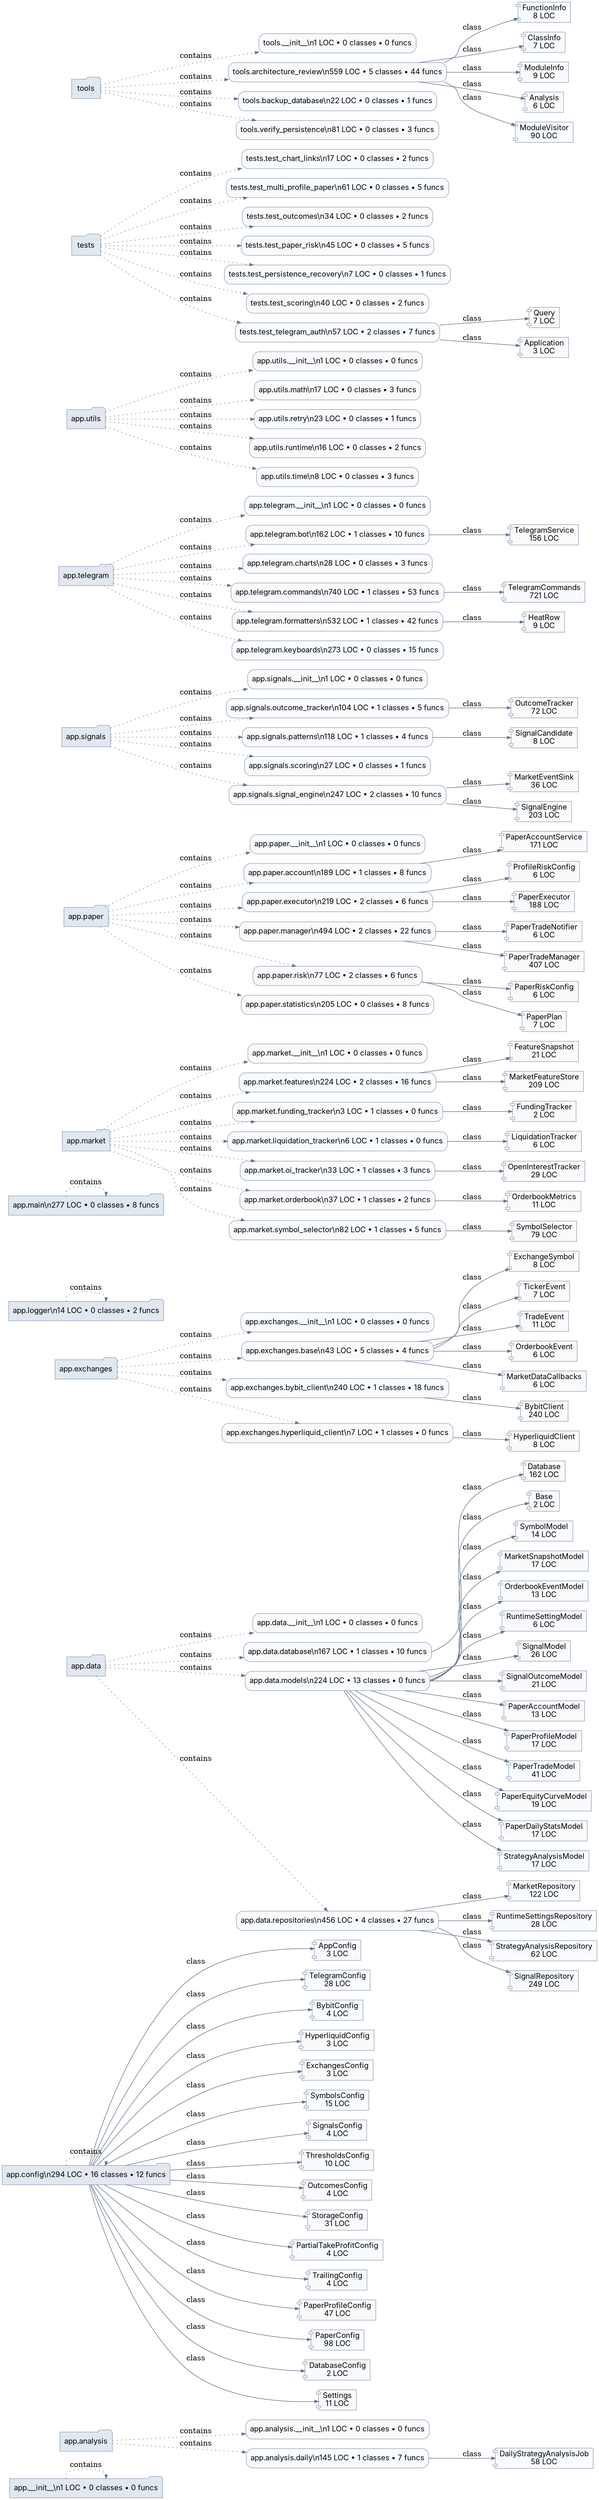
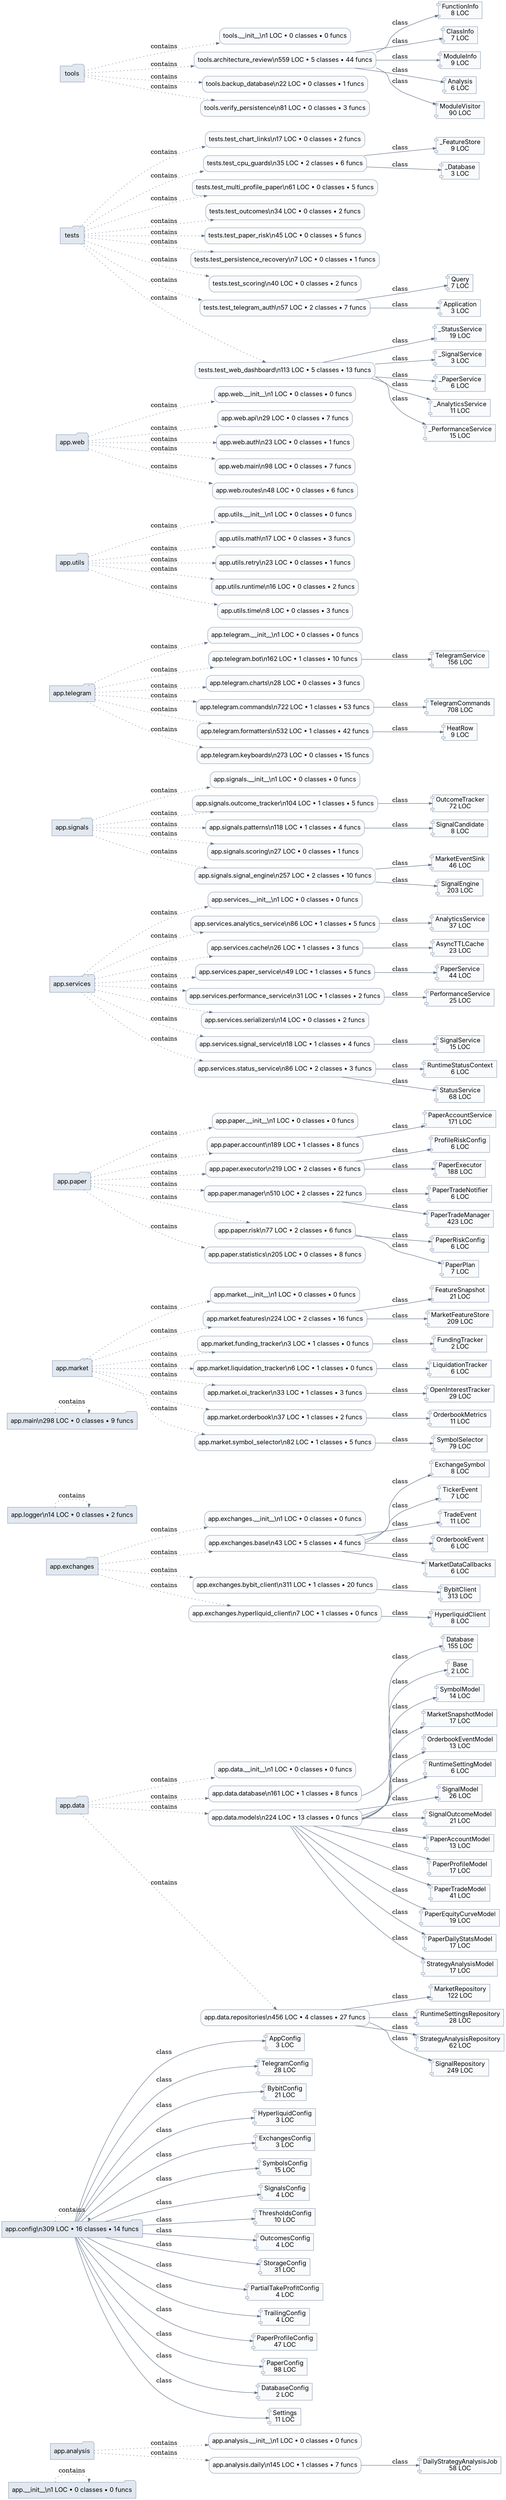
digraph architecture {
  graph [rankdir=LR, bgcolor="white", splines=true];
  node [shape=box, style="rounded,filled", fillcolor="#f8fafc", color="#94a3b8", fontname="Inter"];
  edge [color="#64748b", arrowsize=0.7];
  "app.__init__" [shape=folder, fillcolor="#e2e8f0"];
  "app.analysis" [shape=folder, fillcolor="#e2e8f0"];
  "app.config" [shape=folder, fillcolor="#e2e8f0"];
  "app.data" [shape=folder, fillcolor="#e2e8f0"];
  "app.exchanges" [shape=folder, fillcolor="#e2e8f0"];
  "app.logger" [shape=folder, fillcolor="#e2e8f0"];
  "app.main" [shape=folder, fillcolor="#e2e8f0"];
  "app.market" [shape=folder, fillcolor="#e2e8f0"];
  "app.paper" [shape=folder, fillcolor="#e2e8f0"];
+   "app.services" [shape=folder, fillcolor="#e2e8f0"];
  "app.signals" [shape=folder, fillcolor="#e2e8f0"];
  "app.telegram" [shape=folder, fillcolor="#e2e8f0"];
  "app.utils" [shape=folder, fillcolor="#e2e8f0"];
+   "app.web" [shape=folder, fillcolor="#e2e8f0"];
  "tests" [shape=folder, fillcolor="#e2e8f0"];
  "tools" [shape=folder, fillcolor="#e2e8f0"];
  "app.__init__" [label="app.__init__\\n1 LOC • 0 classes • 0 funcs"];
  "app.__init__" -> "app.__init__" [style=dotted, label="contains"];
  "app.analysis.__init__" [label="app.analysis.__init__\\n1 LOC • 0 classes • 0 funcs"];
  "app.analysis" -> "app.analysis.__init__" [style=dotted, label="contains"];
  "app.analysis.daily" [label="app.analysis.daily\\n145 LOC • 1 classes • 7 funcs"];
  "app.analysis" -> "app.analysis.daily" [style=dotted, label="contains"];
  "app.analysis.daily.DailyStrategyAnalysisJob" [shape=component, label="DailyStrategyAnalysisJob\n58 LOC"];
  "app.analysis.daily" -> "app.analysis.daily.DailyStrategyAnalysisJob" [label="class"];
-   "app.config" [label="app.config\\n294 LOC • 16 classes • 12 funcs"];
+   "app.config" [label="app.config\\n309 LOC • 16 classes • 14 funcs"];
  "app.config" -> "app.config" [style=dotted, label="contains"];
  "app.config.AppConfig" [shape=component, label="AppConfig\n3 LOC"];
  "app.config" -> "app.config.AppConfig" [label="class"];
  "app.config.TelegramConfig" [shape=component, label="TelegramConfig\n28 LOC"];
  "app.config" -> "app.config.TelegramConfig" [label="class"];
-   "app.config.BybitConfig" [shape=component, label="BybitConfig\n4 LOC"];
+   "app.config.BybitConfig" [shape=component, label="BybitConfig\n21 LOC"];
  "app.config" -> "app.config.BybitConfig" [label="class"];
  "app.config.HyperliquidConfig" [shape=component, label="HyperliquidConfig\n3 LOC"];
  "app.config" -> "app.config.HyperliquidConfig" [label="class"];
  "app.config.ExchangesConfig" [shape=component, label="ExchangesConfig\n3 LOC"];
  "app.config" -> "app.config.ExchangesConfig" [label="class"];
  "app.config.SymbolsConfig" [shape=component, label="SymbolsConfig\n15 LOC"];
  "app.config" -> "app.config.SymbolsConfig" [label="class"];
  "app.config.SignalsConfig" [shape=component, label="SignalsConfig\n4 LOC"];
  "app.config" -> "app.config.SignalsConfig" [label="class"];
  "app.config.ThresholdsConfig" [shape=component, label="ThresholdsConfig\n10 LOC"];
  "app.config" -> "app.config.ThresholdsConfig" [label="class"];
  "app.config.OutcomesConfig" [shape=component, label="OutcomesConfig\n4 LOC"];
  "app.config" -> "app.config.OutcomesConfig" [label="class"];
  "app.config.StorageConfig" [shape=component, label="StorageConfig\n31 LOC"];
  "app.config" -> "app.config.StorageConfig" [label="class"];
  "app.config.PartialTakeProfitConfig" [shape=component, label="PartialTakeProfitConfig\n4 LOC"];
  "app.config" -> "app.config.PartialTakeProfitConfig" [label="class"];
  "app.config.TrailingConfig" [shape=component, label="TrailingConfig\n4 LOC"];
  "app.config" -> "app.config.TrailingConfig" [label="class"];
  "app.config.PaperProfileConfig" [shape=component, label="PaperProfileConfig\n47 LOC"];
  "app.config" -> "app.config.PaperProfileConfig" [label="class"];
  "app.config.PaperConfig" [shape=component, label="PaperConfig\n98 LOC"];
  "app.config" -> "app.config.PaperConfig" [label="class"];
  "app.config.DatabaseConfig" [shape=component, label="DatabaseConfig\n2 LOC"];
  "app.config" -> "app.config.DatabaseConfig" [label="class"];
  "app.config.Settings" [shape=component, label="Settings\n11 LOC"];
  "app.config" -> "app.config.Settings" [label="class"];
  "app.data.__init__" [label="app.data.__init__\\n1 LOC • 0 classes • 0 funcs"];
  "app.data" -> "app.data.__init__" [style=dotted, label="contains"];
-   "app.data.database" [label="app.data.database\\n167 LOC • 1 classes • 10 funcs"];
+   "app.data.database" [label="app.data.database\\n161 LOC • 1 classes • 8 funcs"];
  "app.data" -> "app.data.database" [style=dotted, label="contains"];
-   "app.data.database.Database" [shape=component, label="Database\n162 LOC"];
+   "app.data.database.Database" [shape=component, label="Database\n155 LOC"];
  "app.data.database" -> "app.data.database.Database" [label="class"];
  "app.data.models" [label="app.data.models\\n224 LOC • 13 classes • 0 funcs"];
  "app.data" -> "app.data.models" [style=dotted, label="contains"];
  "app.data.models.Base" [shape=component, label="Base\n2 LOC"];
  "app.data.models" -> "app.data.models.Base" [label="class"];
  "app.data.models.SymbolModel" [shape=component, label="SymbolModel\n14 LOC"];
  "app.data.models" -> "app.data.models.SymbolModel" [label="class"];
  "app.data.models.MarketSnapshotModel" [shape=component, label="MarketSnapshotModel\n17 LOC"];
  "app.data.models" -> "app.data.models.MarketSnapshotModel" [label="class"];
  "app.data.models.OrderbookEventModel" [shape=component, label="OrderbookEventModel\n13 LOC"];
  "app.data.models" -> "app.data.models.OrderbookEventModel" [label="class"];
  "app.data.models.RuntimeSettingModel" [shape=component, label="RuntimeSettingModel\n6 LOC"];
  "app.data.models" -> "app.data.models.RuntimeSettingModel" [label="class"];
  "app.data.models.SignalModel" [shape=component, label="SignalModel\n26 LOC"];
  "app.data.models" -> "app.data.models.SignalModel" [label="class"];
  "app.data.models.SignalOutcomeModel" [shape=component, label="SignalOutcomeModel\n21 LOC"];
  "app.data.models" -> "app.data.models.SignalOutcomeModel" [label="class"];
  "app.data.models.PaperAccountModel" [shape=component, label="PaperAccountModel\n13 LOC"];
  "app.data.models" -> "app.data.models.PaperAccountModel" [label="class"];
  "app.data.models.PaperProfileModel" [shape=component, label="PaperProfileModel\n17 LOC"];
  "app.data.models" -> "app.data.models.PaperProfileModel" [label="class"];
  "app.data.models.PaperTradeModel" [shape=component, label="PaperTradeModel\n41 LOC"];
  "app.data.models" -> "app.data.models.PaperTradeModel" [label="class"];
  "app.data.models.PaperEquityCurveModel" [shape=component, label="PaperEquityCurveModel\n19 LOC"];
  "app.data.models" -> "app.data.models.PaperEquityCurveModel" [label="class"];
  "app.data.models.PaperDailyStatsModel" [shape=component, label="PaperDailyStatsModel\n17 LOC"];
  "app.data.models" -> "app.data.models.PaperDailyStatsModel" [label="class"];
  "app.data.models.StrategyAnalysisModel" [shape=component, label="StrategyAnalysisModel\n17 LOC"];
  "app.data.models" -> "app.data.models.StrategyAnalysisModel" [label="class"];
  "app.data.repositories" [label="app.data.repositories\\n456 LOC • 4 classes • 27 funcs"];
  "app.data" -> "app.data.repositories" [style=dotted, label="contains"];
  "app.data.repositories.MarketRepository" [shape=component, label="MarketRepository\n122 LOC"];
  "app.data.repositories" -> "app.data.repositories.MarketRepository" [label="class"];
  "app.data.repositories.RuntimeSettingsRepository" [shape=component, label="RuntimeSettingsRepository\n28 LOC"];
  "app.data.repositories" -> "app.data.repositories.RuntimeSettingsRepository" [label="class"];
  "app.data.repositories.StrategyAnalysisRepository" [shape=component, label="StrategyAnalysisRepository\n62 LOC"];
  "app.data.repositories" -> "app.data.repositories.StrategyAnalysisRepository" [label="class"];
  "app.data.repositories.SignalRepository" [shape=component, label="SignalRepository\n249 LOC"];
  "app.data.repositories" -> "app.data.repositories.SignalRepository" [label="class"];
  "app.exchanges.__init__" [label="app.exchanges.__init__\\n1 LOC • 0 classes • 0 funcs"];
  "app.exchanges" -> "app.exchanges.__init__" [style=dotted, label="contains"];
  "app.exchanges.base" [label="app.exchanges.base\\n43 LOC • 5 classes • 4 funcs"];
  "app.exchanges" -> "app.exchanges.base" [style=dotted, label="contains"];
  "app.exchanges.base.ExchangeSymbol" [shape=component, label="ExchangeSymbol\n8 LOC"];
  "app.exchanges.base" -> "app.exchanges.base.ExchangeSymbol" [label="class"];
  "app.exchanges.base.TickerEvent" [shape=component, label="TickerEvent\n7 LOC"];
  "app.exchanges.base" -> "app.exchanges.base.TickerEvent" [label="class"];
  "app.exchanges.base.TradeEvent" [shape=component, label="TradeEvent\n11 LOC"];
  "app.exchanges.base" -> "app.exchanges.base.TradeEvent" [label="class"];
  "app.exchanges.base.OrderbookEvent" [shape=component, label="OrderbookEvent\n6 LOC"];
  "app.exchanges.base" -> "app.exchanges.base.OrderbookEvent" [label="class"];
  "app.exchanges.base.MarketDataCallbacks" [shape=component, label="MarketDataCallbacks\n6 LOC"];
  "app.exchanges.base" -> "app.exchanges.base.MarketDataCallbacks" [label="class"];
-   "app.exchanges.bybit_client" [label="app.exchanges.bybit_client\\n240 LOC • 1 classes • 18 funcs"];
+   "app.exchanges.bybit_client" [label="app.exchanges.bybit_client\\n311 LOC • 1 classes • 20 funcs"];
  "app.exchanges" -> "app.exchanges.bybit_client" [style=dotted, label="contains"];
-   "app.exchanges.bybit_client.BybitClient" [shape=component, label="BybitClient\n240 LOC"];
+   "app.exchanges.bybit_client.BybitClient" [shape=component, label="BybitClient\n313 LOC"];
  "app.exchanges.bybit_client" -> "app.exchanges.bybit_client.BybitClient" [label="class"];
  "app.exchanges.hyperliquid_client" [label="app.exchanges.hyperliquid_client\\n7 LOC • 1 classes • 0 funcs"];
  "app.exchanges" -> "app.exchanges.hyperliquid_client" [style=dotted, label="contains"];
  "app.exchanges.hyperliquid_client.HyperliquidClient" [shape=component, label="HyperliquidClient\n8 LOC"];
  "app.exchanges.hyperliquid_client" -> "app.exchanges.hyperliquid_client.HyperliquidClient" [label="class"];
  "app.logger" [label="app.logger\\n14 LOC • 0 classes • 2 funcs"];
  "app.logger" -> "app.logger" [style=dotted, label="contains"];
-   "app.main" [label="app.main\\n277 LOC • 0 classes • 8 funcs"];
+   "app.main" [label="app.main\\n298 LOC • 0 classes • 9 funcs"];
  "app.main" -> "app.main" [style=dotted, label="contains"];
  "app.market.__init__" [label="app.market.__init__\\n1 LOC • 0 classes • 0 funcs"];
  "app.market" -> "app.market.__init__" [style=dotted, label="contains"];
  "app.market.features" [label="app.market.features\\n224 LOC • 2 classes • 16 funcs"];
  "app.market" -> "app.market.features" [style=dotted, label="contains"];
  "app.market.features.FeatureSnapshot" [shape=component, label="FeatureSnapshot\n21 LOC"];
  "app.market.features" -> "app.market.features.FeatureSnapshot" [label="class"];
  "app.market.features.MarketFeatureStore" [shape=component, label="MarketFeatureStore\n209 LOC"];
  "app.market.features" -> "app.market.features.MarketFeatureStore" [label="class"];
  "app.market.funding_tracker" [label="app.market.funding_tracker\\n3 LOC • 1 classes • 0 funcs"];
  "app.market" -> "app.market.funding_tracker" [style=dotted, label="contains"];
  "app.market.funding_tracker.FundingTracker" [shape=component, label="FundingTracker\n2 LOC"];
  "app.market.funding_tracker" -> "app.market.funding_tracker.FundingTracker" [label="class"];
  "app.market.liquidation_tracker" [label="app.market.liquidation_tracker\\n6 LOC • 1 classes • 0 funcs"];
  "app.market" -> "app.market.liquidation_tracker" [style=dotted, label="contains"];
  "app.market.liquidation_tracker.LiquidationTracker" [shape=component, label="LiquidationTracker\n6 LOC"];
  "app.market.liquidation_tracker" -> "app.market.liquidation_tracker.LiquidationTracker" [label="class"];
  "app.market.oi_tracker" [label="app.market.oi_tracker\\n33 LOC • 1 classes • 3 funcs"];
  "app.market" -> "app.market.oi_tracker" [style=dotted, label="contains"];
  "app.market.oi_tracker.OpenInterestTracker" [shape=component, label="OpenInterestTracker\n29 LOC"];
  "app.market.oi_tracker" -> "app.market.oi_tracker.OpenInterestTracker" [label="class"];
  "app.market.orderbook" [label="app.market.orderbook\\n37 LOC • 1 classes • 2 funcs"];
  "app.market" -> "app.market.orderbook" [style=dotted, label="contains"];
  "app.market.orderbook.OrderbookMetrics" [shape=component, label="OrderbookMetrics\n11 LOC"];
  "app.market.orderbook" -> "app.market.orderbook.OrderbookMetrics" [label="class"];
  "app.market.symbol_selector" [label="app.market.symbol_selector\\n82 LOC • 1 classes • 5 funcs"];
  "app.market" -> "app.market.symbol_selector" [style=dotted, label="contains"];
  "app.market.symbol_selector.SymbolSelector" [shape=component, label="SymbolSelector\n79 LOC"];
  "app.market.symbol_selector" -> "app.market.symbol_selector.SymbolSelector" [label="class"];
  "app.paper.__init__" [label="app.paper.__init__\\n1 LOC • 0 classes • 0 funcs"];
  "app.paper" -> "app.paper.__init__" [style=dotted, label="contains"];
  "app.paper.account" [label="app.paper.account\\n189 LOC • 1 classes • 8 funcs"];
  "app.paper" -> "app.paper.account" [style=dotted, label="contains"];
  "app.paper.account.PaperAccountService" [shape=component, label="PaperAccountService\n171 LOC"];
  "app.paper.account" -> "app.paper.account.PaperAccountService" [label="class"];
  "app.paper.executor" [label="app.paper.executor\\n219 LOC • 2 classes • 6 funcs"];
  "app.paper" -> "app.paper.executor" [style=dotted, label="contains"];
  "app.paper.executor.ProfileRiskConfig" [shape=component, label="ProfileRiskConfig\n6 LOC"];
  "app.paper.executor" -> "app.paper.executor.ProfileRiskConfig" [label="class"];
  "app.paper.executor.PaperExecutor" [shape=component, label="PaperExecutor\n188 LOC"];
  "app.paper.executor" -> "app.paper.executor.PaperExecutor" [label="class"];
-   "app.paper.manager" [label="app.paper.manager\\n494 LOC • 2 classes • 22 funcs"];
+   "app.paper.manager" [label="app.paper.manager\\n510 LOC • 2 classes • 22 funcs"];
  "app.paper" -> "app.paper.manager" [style=dotted, label="contains"];
  "app.paper.manager.PaperTradeNotifier" [shape=component, label="PaperTradeNotifier\n6 LOC"];
  "app.paper.manager" -> "app.paper.manager.PaperTradeNotifier" [label="class"];
-   "app.paper.manager.PaperTradeManager" [shape=component, label="PaperTradeManager\n407 LOC"];
+   "app.paper.manager.PaperTradeManager" [shape=component, label="PaperTradeManager\n423 LOC"];
  "app.paper.manager" -> "app.paper.manager.PaperTradeManager" [label="class"];
  "app.paper.risk" [label="app.paper.risk\\n77 LOC • 2 classes • 6 funcs"];
  "app.paper" -> "app.paper.risk" [style=dotted, label="contains"];
  "app.paper.risk.PaperRiskConfig" [shape=component, label="PaperRiskConfig\n6 LOC"];
  "app.paper.risk" -> "app.paper.risk.PaperRiskConfig" [label="class"];
  "app.paper.risk.PaperPlan" [shape=component, label="PaperPlan\n7 LOC"];
  "app.paper.risk" -> "app.paper.risk.PaperPlan" [label="class"];
  "app.paper.statistics" [label="app.paper.statistics\\n205 LOC • 0 classes • 8 funcs"];
  "app.paper" -> "app.paper.statistics" [style=dotted, label="contains"];
+   "app.services.__init__" [label="app.services.__init__\\n1 LOC • 0 classes • 0 funcs"];
+   "app.services" -> "app.services.__init__" [style=dotted, label="contains"];
+   "app.services.analytics_service" [label="app.services.analytics_service\\n86 LOC • 1 classes • 5 funcs"];
+   "app.services" -> "app.services.analytics_service" [style=dotted, label="contains"];
+   "app.services.analytics_service.AnalyticsService" [shape=component, label="AnalyticsService\n37 LOC"];
+   "app.services.analytics_service" -> "app.services.analytics_service.AnalyticsService" [label="class"];
+   "app.services.cache" [label="app.services.cache\\n26 LOC • 1 classes • 3 funcs"];
+   "app.services" -> "app.services.cache" [style=dotted, label="contains"];
+   "app.services.cache.AsyncTTLCache" [shape=component, label="AsyncTTLCache\n23 LOC"];
+   "app.services.cache" -> "app.services.cache.AsyncTTLCache" [label="class"];
+   "app.services.paper_service" [label="app.services.paper_service\\n49 LOC • 1 classes • 5 funcs"];
+   "app.services" -> "app.services.paper_service" [style=dotted, label="contains"];
+   "app.services.paper_service.PaperService" [shape=component, label="PaperService\n44 LOC"];
+   "app.services.paper_service" -> "app.services.paper_service.PaperService" [label="class"];
+   "app.services.performance_service" [label="app.services.performance_service\\n31 LOC • 1 classes • 2 funcs"];
+   "app.services" -> "app.services.performance_service" [style=dotted, label="contains"];
+   "app.services.performance_service.PerformanceService" [shape=component, label="PerformanceService\n25 LOC"];
+   "app.services.performance_service" -> "app.services.performance_service.PerformanceService" [label="class"];
+   "app.services.serializers" [label="app.services.serializers\\n14 LOC • 0 classes • 2 funcs"];
+   "app.services" -> "app.services.serializers" [style=dotted, label="contains"];
+   "app.services.signal_service" [label="app.services.signal_service\\n18 LOC • 1 classes • 4 funcs"];
+   "app.services" -> "app.services.signal_service" [style=dotted, label="contains"];
+   "app.services.signal_service.SignalService" [shape=component, label="SignalService\n15 LOC"];
+   "app.services.signal_service" -> "app.services.signal_service.SignalService" [label="class"];
+   "app.services.status_service" [label="app.services.status_service\\n86 LOC • 2 classes • 3 funcs"];
+   "app.services" -> "app.services.status_service" [style=dotted, label="contains"];
+   "app.services.status_service.RuntimeStatusContext" [shape=component, label="RuntimeStatusContext\n6 LOC"];
+   "app.services.status_service" -> "app.services.status_service.RuntimeStatusContext" [label="class"];
+   "app.services.status_service.StatusService" [shape=component, label="StatusService\n68 LOC"];
+   "app.services.status_service" -> "app.services.status_service.StatusService" [label="class"];
  "app.signals.__init__" [label="app.signals.__init__\\n1 LOC • 0 classes • 0 funcs"];
  "app.signals" -> "app.signals.__init__" [style=dotted, label="contains"];
  "app.signals.outcome_tracker" [label="app.signals.outcome_tracker\\n104 LOC • 1 classes • 5 funcs"];
  "app.signals" -> "app.signals.outcome_tracker" [style=dotted, label="contains"];
  "app.signals.outcome_tracker.OutcomeTracker" [shape=component, label="OutcomeTracker\n72 LOC"];
  "app.signals.outcome_tracker" -> "app.signals.outcome_tracker.OutcomeTracker" [label="class"];
  "app.signals.patterns" [label="app.signals.patterns\\n118 LOC • 1 classes • 4 funcs"];
  "app.signals" -> "app.signals.patterns" [style=dotted, label="contains"];
  "app.signals.patterns.SignalCandidate" [shape=component, label="SignalCandidate\n8 LOC"];
  "app.signals.patterns" -> "app.signals.patterns.SignalCandidate" [label="class"];
  "app.signals.scoring" [label="app.signals.scoring\\n27 LOC • 0 classes • 1 funcs"];
  "app.signals" -> "app.signals.scoring" [style=dotted, label="contains"];
-   "app.signals.signal_engine" [label="app.signals.signal_engine\\n247 LOC • 2 classes • 10 funcs"];
+   "app.signals.signal_engine" [label="app.signals.signal_engine\\n257 LOC • 2 classes • 10 funcs"];
  "app.signals" -> "app.signals.signal_engine" [style=dotted, label="contains"];
-   "app.signals.signal_engine.MarketEventSink" [shape=component, label="MarketEventSink\n36 LOC"];
+   "app.signals.signal_engine.MarketEventSink" [shape=component, label="MarketEventSink\n46 LOC"];
  "app.signals.signal_engine" -> "app.signals.signal_engine.MarketEventSink" [label="class"];
  "app.signals.signal_engine.SignalEngine" [shape=component, label="SignalEngine\n203 LOC"];
  "app.signals.signal_engine" -> "app.signals.signal_engine.SignalEngine" [label="class"];
  "app.telegram.__init__" [label="app.telegram.__init__\\n1 LOC • 0 classes • 0 funcs"];
  "app.telegram" -> "app.telegram.__init__" [style=dotted, label="contains"];
  "app.telegram.bot" [label="app.telegram.bot\\n162 LOC • 1 classes • 10 funcs"];
  "app.telegram" -> "app.telegram.bot" [style=dotted, label="contains"];
  "app.telegram.bot.TelegramService" [shape=component, label="TelegramService\n156 LOC"];
  "app.telegram.bot" -> "app.telegram.bot.TelegramService" [label="class"];
  "app.telegram.charts" [label="app.telegram.charts\\n28 LOC • 0 classes • 3 funcs"];
  "app.telegram" -> "app.telegram.charts" [style=dotted, label="contains"];
-   "app.telegram.commands" [label="app.telegram.commands\\n740 LOC • 1 classes • 53 funcs"];
+   "app.telegram.commands" [label="app.telegram.commands\\n722 LOC • 1 classes • 53 funcs"];
  "app.telegram" -> "app.telegram.commands" [style=dotted, label="contains"];
-   "app.telegram.commands.TelegramCommands" [shape=component, label="TelegramCommands\n721 LOC"];
+   "app.telegram.commands.TelegramCommands" [shape=component, label="TelegramCommands\n708 LOC"];
  "app.telegram.commands" -> "app.telegram.commands.TelegramCommands" [label="class"];
  "app.telegram.formatters" [label="app.telegram.formatters\\n532 LOC • 1 classes • 42 funcs"];
  "app.telegram" -> "app.telegram.formatters" [style=dotted, label="contains"];
  "app.telegram.formatters.HeatRow" [shape=component, label="HeatRow\n9 LOC"];
  "app.telegram.formatters" -> "app.telegram.formatters.HeatRow" [label="class"];
  "app.telegram.keyboards" [label="app.telegram.keyboards\\n273 LOC • 0 classes • 15 funcs"];
  "app.telegram" -> "app.telegram.keyboards" [style=dotted, label="contains"];
  "app.utils.__init__" [label="app.utils.__init__\\n1 LOC • 0 classes • 0 funcs"];
  "app.utils" -> "app.utils.__init__" [style=dotted, label="contains"];
  "app.utils.math" [label="app.utils.math\\n17 LOC • 0 classes • 3 funcs"];
  "app.utils" -> "app.utils.math" [style=dotted, label="contains"];
  "app.utils.retry" [label="app.utils.retry\\n23 LOC • 0 classes • 1 funcs"];
  "app.utils" -> "app.utils.retry" [style=dotted, label="contains"];
  "app.utils.runtime" [label="app.utils.runtime\\n16 LOC • 0 classes • 2 funcs"];
  "app.utils" -> "app.utils.runtime" [style=dotted, label="contains"];
  "app.utils.time" [label="app.utils.time\\n8 LOC • 0 classes • 3 funcs"];
  "app.utils" -> "app.utils.time" [style=dotted, label="contains"];
+   "app.web.__init__" [label="app.web.__init__\\n1 LOC • 0 classes • 0 funcs"];
+   "app.web" -> "app.web.__init__" [style=dotted, label="contains"];
+   "app.web.api" [label="app.web.api\\n29 LOC • 0 classes • 7 funcs"];
+   "app.web" -> "app.web.api" [style=dotted, label="contains"];
+   "app.web.auth" [label="app.web.auth\\n23 LOC • 0 classes • 1 funcs"];
+   "app.web" -> "app.web.auth" [style=dotted, label="contains"];
+   "app.web.main" [label="app.web.main\\n98 LOC • 0 classes • 7 funcs"];
+   "app.web" -> "app.web.main" [style=dotted, label="contains"];
+   "app.web.routes" [label="app.web.routes\\n48 LOC • 0 classes • 6 funcs"];
+   "app.web" -> "app.web.routes" [style=dotted, label="contains"];
  "tests.test_chart_links" [label="tests.test_chart_links\\n17 LOC • 0 classes • 2 funcs"];
  "tests" -> "tests.test_chart_links" [style=dotted, label="contains"];
+   "tests.test_cpu_guards" [label="tests.test_cpu_guards\\n35 LOC • 2 classes • 6 funcs"];
+   "tests" -> "tests.test_cpu_guards" [style=dotted, label="contains"];
+   "tests.test_cpu_guards._FeatureStore" [shape=component, label="_FeatureStore\n9 LOC"];
+   "tests.test_cpu_guards" -> "tests.test_cpu_guards._FeatureStore" [label="class"];
+   "tests.test_cpu_guards.test_paper_price_update_skips_database_without_open_symbol._Database" [shape=component, label="_Database\n3 LOC"];
+   "tests.test_cpu_guards" -> "tests.test_cpu_guards.test_paper_price_update_skips_database_without_open_symbol._Database" [label="class"];
  "tests.test_multi_profile_paper" [label="tests.test_multi_profile_paper\\n61 LOC • 0 classes • 5 funcs"];
  "tests" -> "tests.test_multi_profile_paper" [style=dotted, label="contains"];
  "tests.test_outcomes" [label="tests.test_outcomes\\n34 LOC • 0 classes • 2 funcs"];
  "tests" -> "tests.test_outcomes" [style=dotted, label="contains"];
  "tests.test_paper_risk" [label="tests.test_paper_risk\\n45 LOC • 0 classes • 5 funcs"];
  "tests" -> "tests.test_paper_risk" [style=dotted, label="contains"];
  "tests.test_persistence_recovery" [label="tests.test_persistence_recovery\\n7 LOC • 0 classes • 1 funcs"];
  "tests" -> "tests.test_persistence_recovery" [style=dotted, label="contains"];
  "tests.test_scoring" [label="tests.test_scoring\\n40 LOC • 0 classes • 2 funcs"];
  "tests" -> "tests.test_scoring" [style=dotted, label="contains"];
  "tests.test_telegram_auth" [label="tests.test_telegram_auth\\n57 LOC • 2 classes • 7 funcs"];
  "tests" -> "tests.test_telegram_auth" [style=dotted, label="contains"];
  "tests.test_telegram_auth.test_callback_answers_before_background_processing.Query" [shape=component, label="Query\n7 LOC"];
  "tests.test_telegram_auth" -> "tests.test_telegram_auth.test_callback_answers_before_background_processing.Query" [label="class"];
  "tests.test_telegram_auth.test_callback_answers_before_background_processing.Application" [shape=component, label="Application\n3 LOC"];
  "tests.test_telegram_auth" -> "tests.test_telegram_auth.test_callback_answers_before_background_processing.Application" [label="class"];
+   "tests.test_web_dashboard" [label="tests.test_web_dashboard\\n113 LOC • 5 classes • 13 funcs"];
+   "tests" -> "tests.test_web_dashboard" [style=dotted, label="contains"];
+   "tests.test_web_dashboard._StatusService" [shape=component, label="_StatusService\n19 LOC"];
+   "tests.test_web_dashboard" -> "tests.test_web_dashboard._StatusService" [label="class"];
+   "tests.test_web_dashboard._SignalService" [shape=component, label="_SignalService\n3 LOC"];
+   "tests.test_web_dashboard" -> "tests.test_web_dashboard._SignalService" [label="class"];
+   "tests.test_web_dashboard._PaperService" [shape=component, label="_PaperService\n6 LOC"];
+   "tests.test_web_dashboard" -> "tests.test_web_dashboard._PaperService" [label="class"];
+   "tests.test_web_dashboard._AnalyticsService" [shape=component, label="_AnalyticsService\n11 LOC"];
+   "tests.test_web_dashboard" -> "tests.test_web_dashboard._AnalyticsService" [label="class"];
+   "tests.test_web_dashboard._PerformanceService" [shape=component, label="_PerformanceService\n15 LOC"];
+   "tests.test_web_dashboard" -> "tests.test_web_dashboard._PerformanceService" [label="class"];
  "tools.__init__" [label="tools.__init__\\n1 LOC • 0 classes • 0 funcs"];
  "tools" -> "tools.__init__" [style=dotted, label="contains"];
  "tools.architecture_review" [label="tools.architecture_review\\n559 LOC • 5 classes • 44 funcs"];
  "tools" -> "tools.architecture_review" [style=dotted, label="contains"];
  "tools.architecture_review.FunctionInfo" [shape=component, label="FunctionInfo\n8 LOC"];
  "tools.architecture_review" -> "tools.architecture_review.FunctionInfo" [label="class"];
  "tools.architecture_review.ClassInfo" [shape=component, label="ClassInfo\n7 LOC"];
  "tools.architecture_review" -> "tools.architecture_review.ClassInfo" [label="class"];
  "tools.architecture_review.ModuleInfo" [shape=component, label="ModuleInfo\n9 LOC"];
  "tools.architecture_review" -> "tools.architecture_review.ModuleInfo" [label="class"];
  "tools.architecture_review.Analysis" [shape=component, label="Analysis\n6 LOC"];
  "tools.architecture_review" -> "tools.architecture_review.Analysis" [label="class"];
  "tools.architecture_review.ModuleVisitor" [shape=component, label="ModuleVisitor\n90 LOC"];
  "tools.architecture_review" -> "tools.architecture_review.ModuleVisitor" [label="class"];
  "tools.backup_database" [label="tools.backup_database\\n22 LOC • 0 classes • 1 funcs"];
  "tools" -> "tools.backup_database" [style=dotted, label="contains"];
  "tools.verify_persistence" [label="tools.verify_persistence\\n81 LOC • 0 classes • 3 funcs"];
  "tools" -> "tools.verify_persistence" [style=dotted, label="contains"];
}
